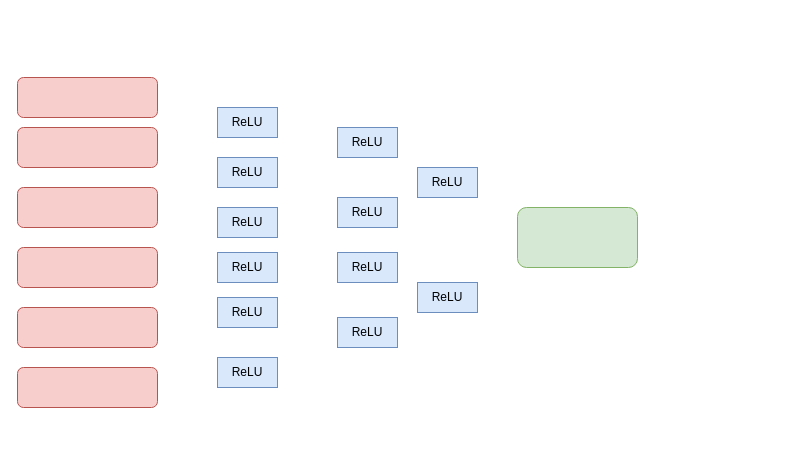
Earlier version of the draw.io diagram .github/AAI_week7_consol_task3-Neural_Networks-.drawio (Uchii1/introduction-to-github). Source tidied: cells renumbered, new cells numbered last; positions are measured from the earlier drawing's top-left corner, leaving out a move shared by most shapes. Both pictures are drawn from the tidied source at 100%, with x=0, y=0 at pixel (17, 77).
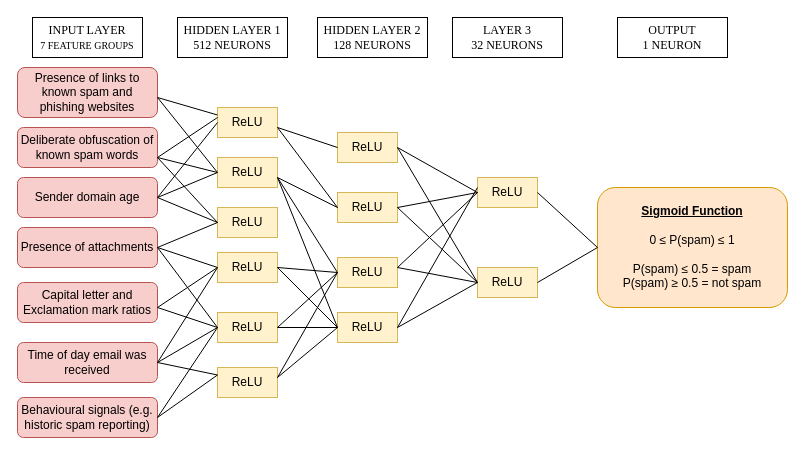
The same page after the edit.

Change to the diagram source:
```diff
@@
-    <mxCell id="2" style="rounded=1;whiteSpace=wrap;html=1;fillColor=#f8cecc;strokeColor=#b85450;" parent="1" vertex="1">
-      <mxGeometry width="140" height="40" as="geometry" />
+    <mxCell id="2" value="Presence of links to known spam and phishing websites" style="rounded=1;whiteSpace=wrap;html=1;fillColor=#f8cecc;strokeColor=#b85450;" parent="1" vertex="1">
+      <mxGeometry y="-10" width="140" height="50" as="geometry" />
     </mxCell>
-    <mxCell id="3" style="rounded=1;whiteSpace=wrap;html=1;fillColor=#f8cecc;strokeColor=#b85450;" parent="1" vertex="1">
+    <mxCell id="3" value="Deliberate obfuscation of known spam words" style="rounded=1;whiteSpace=wrap;html=1;fillColor=#f8cecc;strokeColor=#b85450;" parent="1" vertex="1">
       <mxGeometry y="50" width="140" height="40" as="geometry" />
     </mxCell>
-    <mxCell id="4" style="rounded=1;whiteSpace=wrap;html=1;fillColor=#f8cecc;strokeColor=#b85450;" parent="1" vertex="1">
-      <mxGeometry y="110" width="140" height="40" as="geometry" />
+    <mxCell id="4" value="Sender domain age" style="rounded=1;whiteSpace=wrap;html=1;fillColor=#f8cecc;strokeColor=#b85450;" parent="1" vertex="1">
+      <mxGeometry y="100" width="140" height="40" as="geometry" />
     </mxCell>
-    <mxCell id="5" style="rounded=1;whiteSpace=wrap;html=1;fillColor=#f8cecc;strokeColor=#b85450;" parent="1" vertex="1">
-      <mxGeometry y="290" width="140" height="40" as="geometry" />
+    <mxCell id="5" value="Time of day email was received" style="rounded=1;whiteSpace=wrap;html=1;fillColor=#f8cecc;strokeColor=#b85450;" parent="1" vertex="1">
+      <mxGeometry y="265" width="140" height="40" as="geometry" />
     </mxCell>
-    <mxCell id="6" style="rounded=1;whiteSpace=wrap;html=1;fillColor=#f8cecc;strokeColor=#b85450;" parent="1" vertex="1">
-      <mxGeometry y="170" width="140" height="40" as="geometry" />
+    <mxCell id="6" value="Presence of attachments" style="rounded=1;whiteSpace=wrap;html=1;fillColor=#f8cecc;strokeColor=#b85450;" parent="1" vertex="1">
+      <mxGeometry y="150" width="140" height="40" as="geometry" />
     </mxCell>
-    <mxCell id="7" style="rounded=1;whiteSpace=wrap;html=1;fillColor=#f8cecc;strokeColor=#b85450;" parent="1" vertex="1">
-      <mxGeometry y="230" width="140" height="40" as="geometry" />
+    <mxCell id="7" value="Capital letter and Exclamation mark ratios" style="rounded=1;whiteSpace=wrap;html=1;fillColor=#f8cecc;strokeColor=#b85450;" parent="1" vertex="1">
+      <mxGeometry y="205" width="140" height="40" as="geometry" />
     </mxCell>
-    <mxCell id="8" value="ReLU" style="rounded=0;whiteSpace=wrap;html=1;fillColor=#dae8fc;strokeColor=#6c8ebf;" parent="1" vertex="1">
+    <mxCell id="8" value="ReLU" style="rounded=0;whiteSpace=wrap;html=1;fillColor=#fff2cc;strokeColor=#d6b656;" parent="1" vertex="1">
       <mxGeometry x="200" y="30" width="60" height="30" as="geometry" />
     </mxCell>
-    <mxCell id="9" value="ReLU" style="rounded=0;whiteSpace=wrap;html=1;fillColor=#dae8fc;strokeColor=#6c8ebf;" parent="1" vertex="1">
-      <mxGeometry x="320" y="120" width="60" height="30" as="geometry" />
+    <mxCell id="9" value="ReLU" style="rounded=0;whiteSpace=wrap;html=1;fillColor=#fff2cc;strokeColor=#d6b656;" parent="1" vertex="1">
+      <mxGeometry x="320" y="115" width="60" height="30" as="geometry" />
     </mxCell>
-    <mxCell id="10" value="ReLU" style="rounded=0;whiteSpace=wrap;html=1;fillColor=#dae8fc;strokeColor=#6c8ebf;" parent="1" vertex="1">
-      <mxGeometry x="320" y="175" width="60" height="30" as="geometry" />
+    <mxCell id="10" value="ReLU" style="rounded=0;whiteSpace=wrap;html=1;fillColor=#fff2cc;strokeColor=#d6b656;" parent="1" vertex="1">
+      <mxGeometry x="320" y="180" width="60" height="30" as="geometry" />
     </mxCell>
-    <mxCell id="11" value="ReLU" style="rounded=0;whiteSpace=wrap;html=1;fillColor=#dae8fc;strokeColor=#6c8ebf;" parent="1" vertex="1">
-      <mxGeometry x="320" y="50" width="60" height="30" as="geometry" />
+    <mxCell id="11" value="ReLU" style="rounded=0;whiteSpace=wrap;html=1;fillColor=#fff2cc;strokeColor=#d6b656;" parent="1" vertex="1">
+      <mxGeometry x="320" y="55" width="60" height="30" as="geometry" />
     </mxCell>
-    <mxCell id="12" value="ReLU" style="rounded=0;whiteSpace=wrap;html=1;fillColor=#dae8fc;strokeColor=#6c8ebf;" parent="1" vertex="1">
-      <mxGeometry x="320" y="240" width="60" height="30" as="geometry" />
+    <mxCell id="12" value="ReLU" style="rounded=0;whiteSpace=wrap;html=1;fillColor=#fff2cc;strokeColor=#d6b656;" parent="1" vertex="1">
+      <mxGeometry x="320" y="235" width="60" height="30" as="geometry" />
     </mxCell>
-    <mxCell id="13" value="ReLU" style="rounded=0;whiteSpace=wrap;html=1;fillColor=#dae8fc;strokeColor=#6c8ebf;" parent="1" vertex="1">
-      <mxGeometry x="200" y="280" width="60" height="30" as="geometry" />
+    <mxCell id="13" value="ReLU" style="rounded=0;whiteSpace=wrap;html=1;fillColor=#fff2cc;strokeColor=#d6b656;" parent="1" vertex="1">
+      <mxGeometry x="200" y="290" width="60" height="30" as="geometry" />
     </mxCell>
-    <mxCell id="14" value="ReLU" style="rounded=0;whiteSpace=wrap;html=1;fillColor=#dae8fc;strokeColor=#6c8ebf;" parent="1" vertex="1">
-      <mxGeometry x="200" y="220" width="60" height="30" as="geometry" />
+    <mxCell id="14" value="ReLU" style="rounded=0;whiteSpace=wrap;html=1;fillColor=#fff2cc;strokeColor=#d6b656;" parent="1" vertex="1">
+      <mxGeometry x="200" y="235" width="60" height="30" as="geometry" />
     </mxCell>
-    <mxCell id="15" value="ReLU" style="rounded=0;whiteSpace=wrap;html=1;fillColor=#dae8fc;strokeColor=#6c8ebf;" parent="1" vertex="1">
+    <mxCell id="15" value="ReLU" style="rounded=0;whiteSpace=wrap;html=1;fillColor=#fff2cc;strokeColor=#d6b656;" parent="1" vertex="1">
       <mxGeometry x="200" y="175" width="60" height="30" as="geometry" />
     </mxCell>
-    <mxCell id="16" value="ReLU" style="rounded=0;whiteSpace=wrap;html=1;fillColor=#dae8fc;strokeColor=#6c8ebf;" parent="1" vertex="1">
+    <mxCell id="16" value="ReLU" style="rounded=0;whiteSpace=wrap;html=1;fillColor=#fff2cc;strokeColor=#d6b656;" parent="1" vertex="1">
       <mxGeometry x="200" y="130" width="60" height="30" as="geometry" />
     </mxCell>
-    <mxCell id="17" value="ReLU" style="rounded=0;whiteSpace=wrap;html=1;fillColor=#dae8fc;strokeColor=#6c8ebf;" parent="1" vertex="1">
+    <mxCell id="17" value="ReLU" style="rounded=0;whiteSpace=wrap;html=1;fillColor=#fff2cc;strokeColor=#d6b656;" parent="1" vertex="1">
       <mxGeometry x="200" y="80" width="60" height="30" as="geometry" />
     </mxCell>
-    <mxCell id="18" value="ReLU" style="rounded=0;whiteSpace=wrap;html=1;fillColor=#dae8fc;strokeColor=#6c8ebf;" parent="1" vertex="1">
-      <mxGeometry x="400" y="90" width="60" height="30" as="geometry" />
+    <mxCell id="18" value="ReLU" style="rounded=0;whiteSpace=wrap;html=1;fillColor=#fff2cc;strokeColor=#d6b656;" parent="1" vertex="1">
+      <mxGeometry x="460" y="100" width="60" height="30" as="geometry" />
     </mxCell>
-    <mxCell id="19" value="ReLU" style="rounded=0;whiteSpace=wrap;html=1;fillColor=#dae8fc;strokeColor=#6c8ebf;" parent="1" vertex="1">
-      <mxGeometry x="400" y="205" width="60" height="30" as="geometry" />
+    <mxCell id="19" value="ReLU" style="rounded=0;whiteSpace=wrap;html=1;fillColor=#fff2cc;strokeColor=#d6b656;" parent="1" vertex="1">
+      <mxGeometry x="460" y="190" width="60" height="30" as="geometry" />
     </mxCell>
-    <mxCell id="20" style="rounded=1;whiteSpace=wrap;html=1;fillColor=#d5e8d4;strokeColor=#82b366;" parent="1" vertex="1">
-      <mxGeometry x="500" y="130" width="120" height="60" as="geometry" />
+    <mxCell id="20" value="&lt;u&gt;&lt;b&gt;Sigmoid Function&lt;/b&gt;&lt;/u&gt;&lt;div&gt;&lt;div&gt;&lt;br&gt;&lt;/div&gt;&lt;/div&gt;&lt;div&gt;0&amp;nbsp;&lt;span style=&quot;background-color: transparent; color: light-dark(rgb(0, 0, 0), rgb(255, 255, 255));&quot;&gt;≤ P(spam)&amp;nbsp;&lt;/span&gt;&lt;span style=&quot;background-color: transparent; color: light-dark(rgb(0, 0, 0), rgb(255, 255, 255));&quot;&gt;≤ 1&lt;/span&gt;&lt;/div&gt;&lt;div&gt;&lt;br&gt;&lt;/div&gt;&lt;div&gt;P(spam)&amp;nbsp;≤ 0.5 = spam&lt;/div&gt;&lt;div&gt;P(spam)&amp;nbsp;≥ 0.5 = not spam&lt;/div&gt;" style="rounded=1;whiteSpace=wrap;html=1;fillColor=#ffe6cc;strokeColor=#d79b00;" parent="1" vertex="1">
+      <mxGeometry x="580" y="110" width="190" height="120" as="geometry" />
     </mxCell>
+    <mxCell id="21" style="endArrow=none;html=1;rounded=0;entryX=0;entryY=0.5;entryDx=0;entryDy=0;" parent="1" edge="1" target="16">
+      <mxGeometry relative="1" as="geometry">
+        <mxPoint x="200" y="190" as="sourcePoint" />
+        <Array as="points">
+          <mxPoint x="140" y="170" />
+        </Array>
+      </mxGeometry>
+    </mxCell>
+    <mxCell id="22" style="endArrow=none;html=1;rounded=0;exitX=1;exitY=0.5;exitDx=0;exitDy=0;" parent="1" edge="1" source="5">
+      <mxGeometry relative="1" as="geometry">
+        <mxPoint x="200" y="190" as="targetPoint" />
+      </mxGeometry>
+    </mxCell>
+    <mxCell id="23" style="endArrow=none;html=1;rounded=0;entryX=0;entryY=0.25;entryDx=0;entryDy=0;exitX=1;exitY=0.5;exitDx=0;exitDy=0;" parent="1" edge="1" source="5" target="13">
+      <mxGeometry relative="1" as="geometry" />
+    </mxCell>
+    <mxCell id="24" style="endArrow=none;html=1;rounded=0;entryX=0;entryY=0.5;entryDx=0;entryDy=0;exitX=1;exitY=0.5;exitDx=0;exitDy=0;" parent="1" edge="1" source="5" target="14">
+      <mxGeometry relative="1" as="geometry" />
+    </mxCell>
+    <mxCell id="25" style="endArrow=none;html=1;rounded=0;entryX=0;entryY=0.5;entryDx=0;entryDy=0;exitX=0;exitY=0.5;exitDx=0;exitDy=0;" parent="1" edge="1" source="15" target="14">
+      <mxGeometry relative="1" as="geometry">
+        <Array as="points">
+          <mxPoint x="140" y="230" />
+        </Array>
+      </mxGeometry>
+    </mxCell>
+    <mxCell id="26" style="endArrow=none;html=1;rounded=0;entryX=0;entryY=0.5;entryDx=0;entryDy=0;exitX=0;exitY=0.5;exitDx=0;exitDy=0;" parent="1" edge="1" source="16" target="17">
+      <mxGeometry relative="1" as="geometry">
+        <Array as="points">
+          <mxPoint x="140" y="120" />
+        </Array>
+      </mxGeometry>
+    </mxCell>
+    <mxCell id="27" style="endArrow=none;html=1;rounded=0;entryX=0;entryY=0.5;entryDx=0;entryDy=0;exitX=0;exitY=0.5;exitDx=0;exitDy=0;" parent="1" edge="1" source="12" target="10">
+      <mxGeometry relative="1" as="geometry">
+        <Array as="points">
+          <mxPoint x="260" y="300" />
+        </Array>
+      </mxGeometry>
+    </mxCell>
+    <mxCell id="28" style="endArrow=none;html=1;rounded=0;exitX=0;exitY=0.5;exitDx=0;exitDy=0;entryX=0;entryY=0.5;entryDx=0;entryDy=0;" parent="1" edge="1" source="12" target="10">
+      <mxGeometry relative="1" as="geometry">
+        <Array as="points">
+          <mxPoint x="260" y="190" />
+        </Array>
+      </mxGeometry>
+    </mxCell>
+    <mxCell id="29" style="endArrow=none;html=1;rounded=0;entryX=0;entryY=0.5;entryDx=0;entryDy=0;exitX=1;exitY=0.5;exitDx=0;exitDy=0;" parent="1" edge="1" source="6" target="14">
+      <mxGeometry relative="1" as="geometry" />
+    </mxCell>
+    <mxCell id="30" style="endArrow=none;html=1;rounded=0;entryX=0;entryY=0.25;entryDx=0;entryDy=0;exitX=0;exitY=0.5;exitDx=0;exitDy=0;" parent="1" edge="1" source="17" target="8">
+      <mxGeometry relative="1" as="geometry">
+        <Array as="points">
+          <mxPoint x="140" y="20" />
+        </Array>
+      </mxGeometry>
+    </mxCell>
+    <mxCell id="31" style="endArrow=none;html=1;rounded=0;exitX=0;exitY=0.5;exitDx=0;exitDy=0;entryX=0;entryY=0.5;entryDx=0;entryDy=0;" parent="1" edge="1" source="12" target="10">
+      <mxGeometry relative="1" as="geometry">
+        <Array as="points">
+          <mxPoint x="260" y="100" />
+        </Array>
+      </mxGeometry>
+    </mxCell>
+    <mxCell id="32" style="endArrow=none;html=1;rounded=0;exitX=0;exitY=0.5;exitDx=0;exitDy=0;entryX=0;entryY=0.5;entryDx=0;entryDy=0;" parent="1" edge="1" source="12" target="10">
+      <mxGeometry relative="1" as="geometry">
+        <Array as="points">
+          <mxPoint x="260" y="250" />
+        </Array>
+      </mxGeometry>
+    </mxCell>
+    <mxCell id="33" style="endArrow=none;html=1;rounded=0;" parent="1" edge="1">
+      <mxGeometry relative="1" as="geometry">
+        <mxPoint x="140" y="80" as="sourcePoint" />
+        <mxPoint x="200" y="40" as="targetPoint" />
+      </mxGeometry>
+    </mxCell>
+    <mxCell id="34" style="endArrow=none;html=1;rounded=0;entryX=0;entryY=0.5;entryDx=0;entryDy=0;exitX=0;exitY=0.5;exitDx=0;exitDy=0;" parent="1" edge="1" source="17" target="16">
+      <mxGeometry relative="1" as="geometry">
+        <Array as="points">
+          <mxPoint x="140" y="80" />
+        </Array>
+      </mxGeometry>
+    </mxCell>
+    <mxCell id="35" style="endArrow=none;html=1;rounded=0;entryX=0;entryY=0.5;entryDx=0;entryDy=0;exitX=1;exitY=0.5;exitDx=0;exitDy=0;" parent="1" edge="1" source="4" target="8">
+      <mxGeometry relative="1" as="geometry" />
+    </mxCell>
+    <mxCell id="36" style="endArrow=none;html=1;rounded=0;exitX=0;exitY=0.5;exitDx=0;exitDy=0;entryX=0;entryY=0.5;entryDx=0;entryDy=0;" parent="1" edge="1" source="9" target="11">
+      <mxGeometry relative="1" as="geometry">
+        <Array as="points">
+          <mxPoint x="260" y="50" />
+        </Array>
+      </mxGeometry>
+    </mxCell>
+    <mxCell id="37" style="endArrow=none;html=1;rounded=0;entryX=0;entryY=0.5;entryDx=0;entryDy=0;exitX=1;exitY=0.5;exitDx=0;exitDy=0;" parent="1" edge="1" target="9">
+      <mxGeometry relative="1" as="geometry">
+        <mxPoint x="260" y="100" as="sourcePoint" />
+      </mxGeometry>
+    </mxCell>
+    <mxCell id="38" style="edgeStyle=none;rounded=0;orthogonalLoop=1;jettySize=auto;html=1;exitX=0.5;exitY=0;exitDx=0;exitDy=0;" parent="1" edge="1" source="18" target="18">
+      <mxGeometry relative="1" as="geometry" />
+    </mxCell>
+    <mxCell id="39" style="endArrow=none;html=1;rounded=0;exitX=0;exitY=0.5;exitDx=0;exitDy=0;entryX=0;entryY=0.5;entryDx=0;entryDy=0;" parent="1" edge="1" source="19" target="18">
+      <mxGeometry relative="1" as="geometry">
+        <Array as="points">
+          <mxPoint x="380" y="190" />
+        </Array>
+      </mxGeometry>
+    </mxCell>
+    <mxCell id="40" style="endArrow=none;html=1;rounded=0;exitX=0;exitY=0.5;exitDx=0;exitDy=0;fillColor=#000000;strokeColor=light-dark(#000000, #6d5100);" parent="1" edge="1" source="19">
+      <mxGeometry relative="1" as="geometry">
+        <mxPoint x="460" y="110" as="targetPoint" />
+        <Array as="points">
+          <mxPoint x="380" y="250" />
+        </Array>
+      </mxGeometry>
+    </mxCell>
+    <mxCell id="41" style="endArrow=none;html=1;rounded=0;exitX=0;exitY=0.5;exitDx=0;exitDy=0;entryX=0;entryY=0.5;entryDx=0;entryDy=0;" parent="1" edge="1" source="19" target="18">
+      <mxGeometry relative="1" as="geometry">
+        <Array as="points">
+          <mxPoint x="380" y="130" />
+        </Array>
+      </mxGeometry>
+    </mxCell>
+    <mxCell id="42" style="endArrow=none;html=1;rounded=0;entryX=0;entryY=0.5;entryDx=0;entryDy=0;exitX=0;exitY=0.5;exitDx=0;exitDy=0;" parent="1" edge="1" source="19" target="18">
+      <mxGeometry relative="1" as="geometry">
+        <Array as="points">
+          <mxPoint x="380" y="70" />
+        </Array>
+      </mxGeometry>
+    </mxCell>
+    <mxCell id="43" style="endArrow=none;html=1;rounded=0;entryX=0;entryY=0.5;entryDx=0;entryDy=0;" parent="1" edge="1" target="20">
+      <mxGeometry relative="1" as="geometry">
+        <mxPoint x="520" y="115" as="sourcePoint" />
+      </mxGeometry>
+    </mxCell>
+    <mxCell id="44" style="endArrow=none;html=1;rounded=0;entryX=0;entryY=0.5;entryDx=0;entryDy=0;exitX=1;exitY=0.5;exitDx=0;exitDy=0;" parent="1" edge="1" source="19" target="20">
+      <mxGeometry relative="1" as="geometry" />
+    </mxCell>
+    <mxCell id="45" value="&lt;font face=&quot;Times New Roman&quot; style=&quot;font-size: 12px;&quot;&gt;INPUT LAYER&lt;/font&gt;&lt;div&gt;&lt;font face=&quot;Times New Roman&quot; style=&quot;font-size: 10px;&quot;&gt;7 FEATURE GROUPS&lt;/font&gt;&lt;/div&gt;" style="rounded=0;whiteSpace=wrap;html=1;" parent="1" vertex="1">
+      <mxGeometry x="15" y="-60" width="110" height="40" as="geometry" />
+    </mxCell>
+    <mxCell id="46" value="&lt;font face=&quot;Times New Roman&quot;&gt;HIDDEN LAYER 1&lt;/font&gt;&lt;div&gt;&lt;font face=&quot;Times New Roman&quot;&gt;512 NEURONS&lt;/font&gt;&lt;/div&gt;" style="rounded=0;whiteSpace=wrap;html=1;" parent="1" vertex="1">
+      <mxGeometry x="160" y="-60" width="110" height="40" as="geometry" />
+    </mxCell>
+    <mxCell id="47" value="&lt;font face=&quot;Times New Roman&quot;&gt;HIDDEN LAYER 2&lt;/font&gt;&lt;div&gt;&lt;font face=&quot;Times New Roman&quot;&gt;128 NEURONS&lt;/font&gt;&lt;/div&gt;" style="rounded=0;whiteSpace=wrap;html=1;" parent="1" vertex="1">
+      <mxGeometry x="300" y="-60" width="110" height="40" as="geometry" />
+    </mxCell>
+    <mxCell id="48" value="&lt;font face=&quot;Times New Roman&quot;&gt;OUTPUT&lt;/font&gt;&lt;div&gt;&lt;font face=&quot;Times New Roman&quot;&gt;1 NEURON&lt;/font&gt;&lt;/div&gt;" style="rounded=0;whiteSpace=wrap;html=1;" parent="1" vertex="1">
+      <mxGeometry x="600" y="-60" width="110" height="40" as="geometry" />
+    </mxCell>
+    <mxCell id="49" value="&lt;font face=&quot;Times New Roman&quot;&gt;LAYER 3&lt;/font&gt;&lt;div&gt;&lt;font face=&quot;Times New Roman&quot;&gt;32 NEURONS&lt;/font&gt;&lt;/div&gt;" style="rounded=0;whiteSpace=wrap;html=1;" parent="1" vertex="1">
+      <mxGeometry x="435" y="-60" width="110" height="40" as="geometry" />
+    </mxCell>
+    <mxCell id="50" value="Behavioural signals (e.g. historic spam reporting)" style="rounded=1;whiteSpace=wrap;html=1;fillColor=#f8cecc;strokeColor=#b85450;" parent="1" vertex="1">
+      <mxGeometry y="320" width="140" height="40" as="geometry" />
+    </mxCell>
+    <mxCell id="51" style="endArrow=none;html=1;rounded=0;entryX=0;entryY=0.25;entryDx=0;entryDy=0;exitX=0;exitY=0.5;exitDx=0;exitDy=0;" parent="1" edge="1" source="14" target="13">
+      <mxGeometry relative="1" as="geometry">
+        <Array as="points">
+          <mxPoint x="140" y="340" />
+        </Array>
+      </mxGeometry>
+    </mxCell>
```
